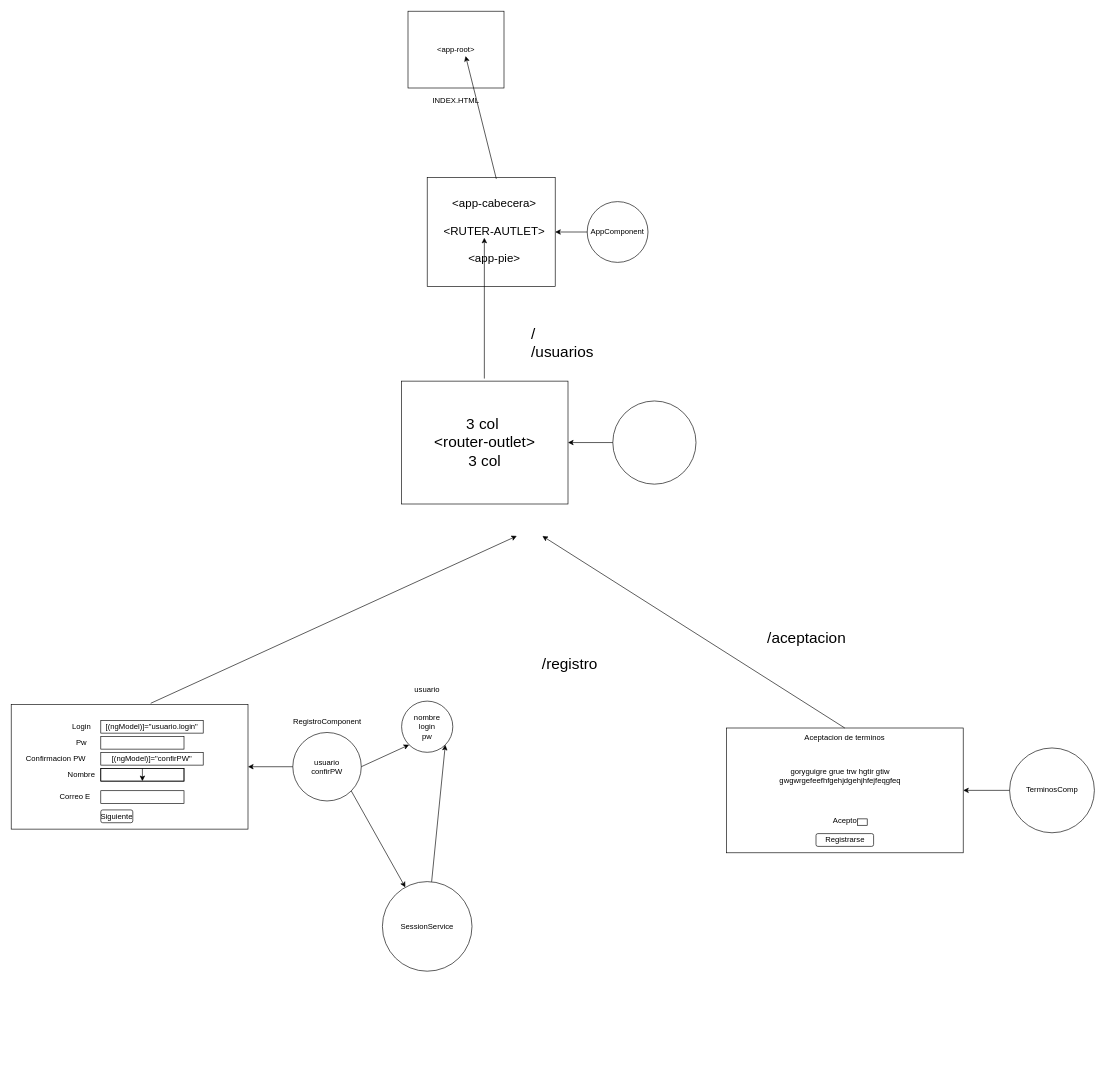
almoril00/MEAN keeps this draw.io diagram as page "Página-43" (43 of 43) of diagramas.drawio. Above is the earlier version. Source tidied: cells renumbered, new cells numbered last; positions are measured from the earlier drawing's top-left corner, leaving out a move shared by most shapes. Both pictures are drawn from the tidied source at 64%, with x=0, y=0 at pixel (11, 11).
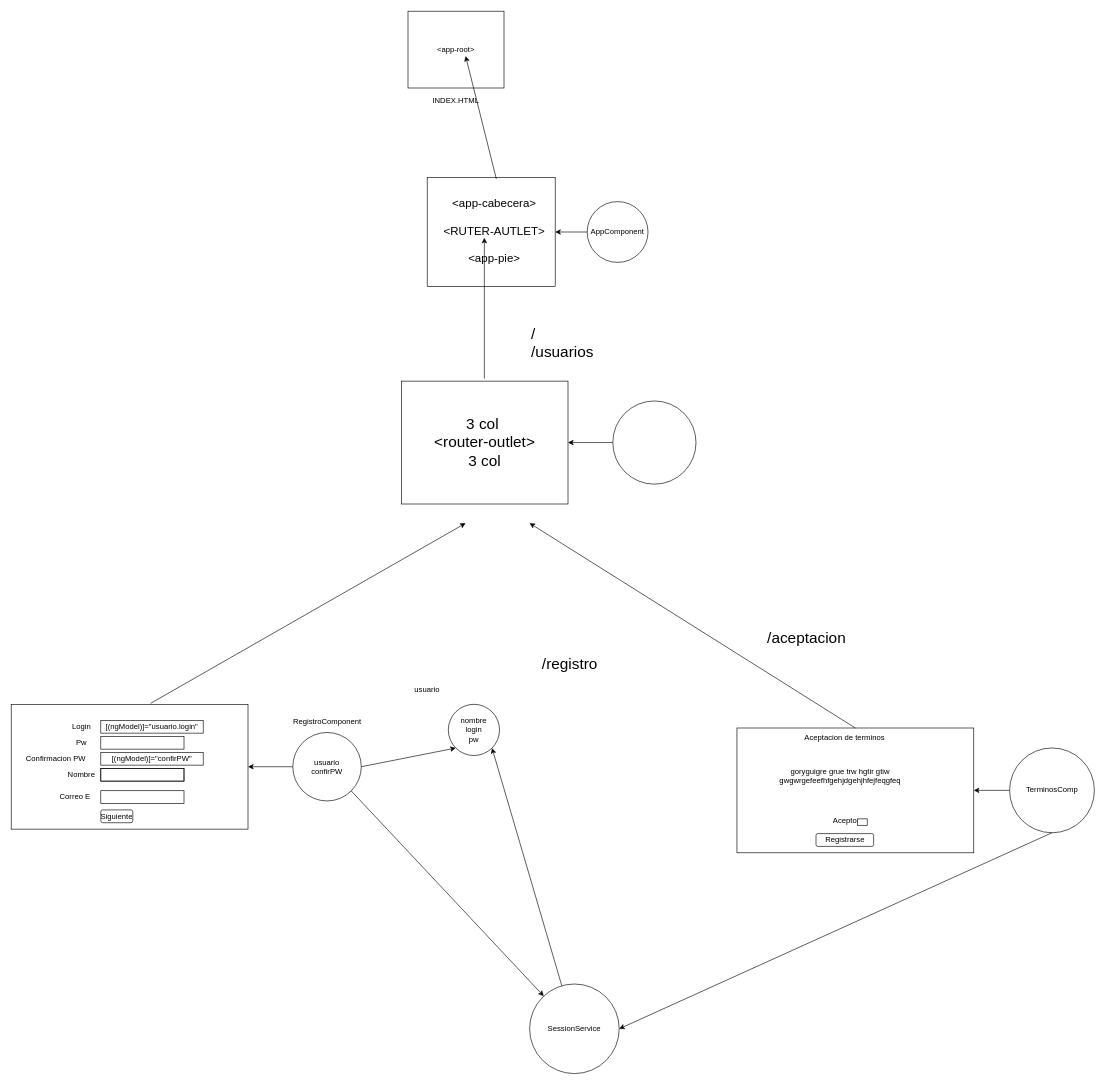
Above is the later version.

Unchanged cells that the change refers to:
```xml
<mxCell id="9" style="rounded=0;whiteSpace=wrap;html=1;fillColor=none;" parent="1" vertex="1">
  <mxGeometry y="1083" width="370" height="195" as="geometry" />
</mxCell>
<mxCell id="19" style="rounded=0;whiteSpace=wrap;html=1;fillColor=none;" parent="1" vertex="1">
  <mxGeometry x="140" y="1183" width="130" height="20" as="geometry" />
</mxCell>
<mxCell id="31" value="TerminosComp" style="ellipse;whiteSpace=wrap;html=1;fillColor=none;" parent="1" vertex="1">
  <mxGeometry x="1560" y="1151.2" width="132.5" height="132.5" as="geometry" />
</mxCell>
```

Diff of the diagram source:
```diff
@@
     <mxCell id="22" style="rounded=0;whiteSpace=wrap;html=1;fillColor=none;" parent="1" vertex="1">
-      <mxGeometry x="1117.5" y="1120" width="370" height="195" as="geometry" />
+      <mxGeometry x="1134" y="1120" width="370" height="195" as="geometry" />
     </mxCell>
@@
     <mxCell id="32" style="endArrow=classic;html=1;exitX=0.589;exitY=-0.008;exitDx=0;exitDy=0;exitPerimeter=0;" parent="1" edge="1" source="9">
       <mxGeometry relative="1" as="geometry">
-        <mxPoint x="790" y="820" as="targetPoint" />
+        <mxPoint x="710" y="800" as="targetPoint" />
       </mxGeometry>
     </mxCell>
     <mxCell id="33" style="endArrow=classic;html=1;exitX=0.5;exitY=0;exitDx=0;exitDy=0;" parent="1" edge="1" source="22">
       <mxGeometry relative="1" as="geometry">
-        <mxPoint x="830" y="820" as="targetPoint" />
+        <mxPoint x="810" y="800" as="targetPoint" />
       </mxGeometry>
     </mxCell>
@@
     <mxCell id="41" value="nombre&lt;br&gt;login&lt;br&gt;pw" style="ellipse;whiteSpace=wrap;html=1;" parent="1" vertex="1">
-      <mxGeometry x="610" y="1078" width="80" height="80" as="geometry" />
+      <mxGeometry x="683" y="1083" width="80" height="80" as="geometry" />
     </mxCell>
@@
     <mxCell id="45" value="SessionService" style="ellipse;whiteSpace=wrap;html=1;" parent="1" vertex="1">
-      <mxGeometry x="580" y="1360" width="140" height="140" as="geometry" />
+      <mxGeometry x="810" y="1520" width="140" height="140" as="geometry" />
     </mxCell>
@@
-    <mxCell id="48" style="edgeStyle=orthogonalEdgeStyle;rounded=0;orthogonalLoop=1;jettySize=auto;html=1;exitX=0.5;exitY=0;exitDx=0;exitDy=0;entryX=0.5;entryY=1;entryDx=0;entryDy=0;" parent="1" edge="1" source="19" target="19">
-      <mxGeometry relative="1" as="geometry" />
-    </mxCell>
+    <mxCell id="49" style="endArrow=classic;html=1;exitX=0.5;exitY=1;exitDx=0;exitDy=0;entryX=1;entryY=0.5;entryDx=0;entryDy=0;" parent="1" edge="1" source="31" target="45">
+      <mxGeometry relative="1" as="geometry" />
+    </mxCell>
```
